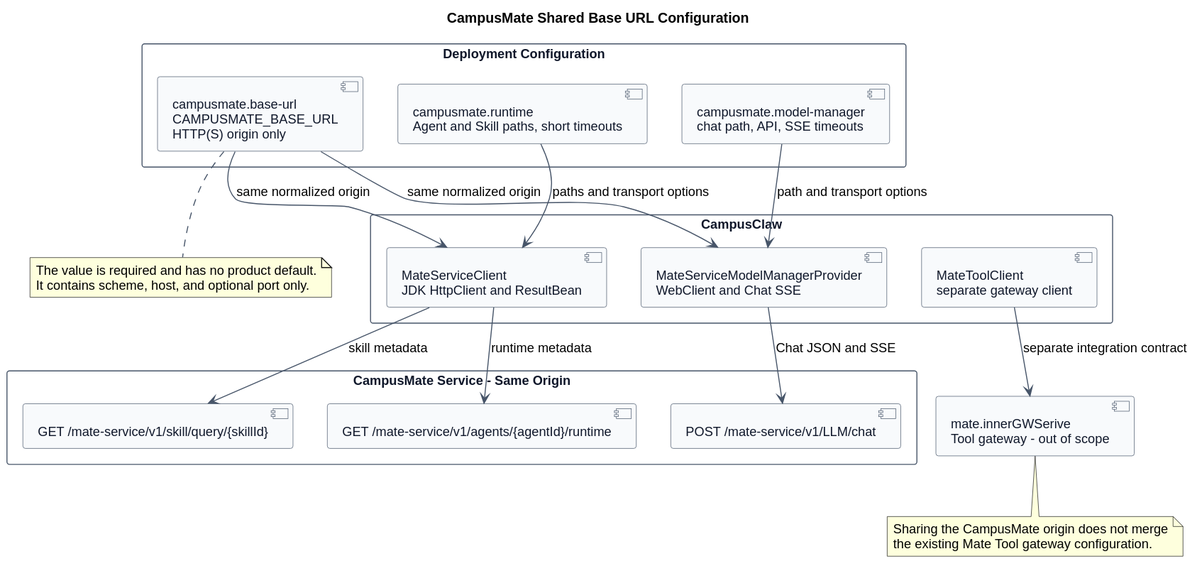
Earlier version of the PlantUML export campusmate-shared-client-configuration/campusmate_shared_base_url_configuration.svg (ssm0808/pi-mono-java-design).
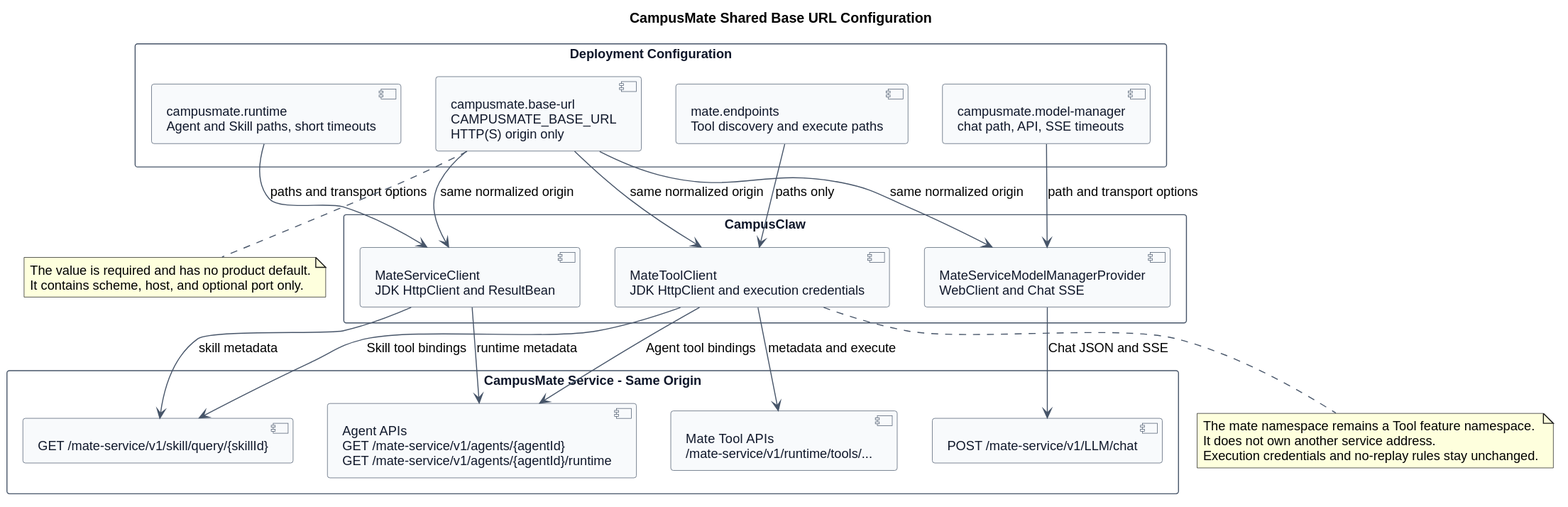
Above is the later version.

Commit message:
docs(campusmate): 统一 Mate Tool 基础地址

What changed in the source:
```diff
@@ -22,38 +22,43 @@
   component "campusmate.base-url\nCAMPUSMATE_BASE_URL\nHTTP(S) origin only" as BaseUrl
   component "campusmate.model-manager\nchat path, API, SSE timeouts" as ModelConfig
   component "campusmate.runtime\nAgent and Skill paths, short timeouts" as RuntimeConfig
+  component "mate.endpoints\nTool discovery and execute paths" as ToolConfig
 }
 
 rectangle "CampusClaw" {
   component "MateServiceModelManagerProvider\nWebClient and Chat SSE" as ModelClient
   component "MateServiceClient\nJDK HttpClient and ResultBean" as RuntimeClient
-  component "MateToolClient\nseparate gateway client" as ToolClient
+  component "MateToolClient\nJDK HttpClient and execution credentials" as ToolClient
 }
 
 rectangle "CampusMate Service - Same Origin" {
   component "POST /mate-service/v1/LLM/chat" as ChatEndpoint
-  component "GET /mate-service/v1/agents/{agentId}/runtime" as AgentEndpoint
+  component "Agent APIs\nGET /mate-service/v1/agents/{agentId}\nGET /mate-service/v1/agents/{agentId}/runtime" as AgentEndpoint
   component "GET /mate-service/v1/skill/query/{skillId}" as SkillEndpoint
+  component "Mate Tool APIs\n/mate-service/v1/runtime/tools/..." as ToolEndpoint
 }
-
-component "mate.innerGWSerive\nTool gateway - out of scope" as ToolGateway
 
 BaseUrl --> ModelClient : same normalized origin
 BaseUrl --> RuntimeClient : same normalized origin
+BaseUrl --> ToolClient : same normalized origin
 ModelConfig --> ModelClient : path and transport options
 RuntimeConfig --> RuntimeClient : paths and transport options
+ToolConfig --> ToolClient : paths only
 ModelClient --> ChatEndpoint : Chat JSON and SSE
 RuntimeClient --> AgentEndpoint : runtime metadata
 RuntimeClient --> SkillEndpoint : skill metadata
-ToolClient --> ToolGateway : separate integration contract
+ToolClient --> AgentEndpoint : Agent tool bindings
+ToolClient --> SkillEndpoint : Skill tool bindings
+ToolClient --> ToolEndpoint : metadata and execute
 
 note bottom of BaseUrl
 The value is required and has no product default.
 It contains scheme, host, and optional port only.
 end note
 
-note bottom of ToolGateway
-Sharing the CampusMate origin does not merge
-the existing Mate Tool gateway configuration.
+note bottom of ToolClient
+The mate namespace remains a Tool feature namespace.
+It does not own another service address.
+Execution credentials and no-replay rules stay unchanged.
 end note
 @enduml
```
